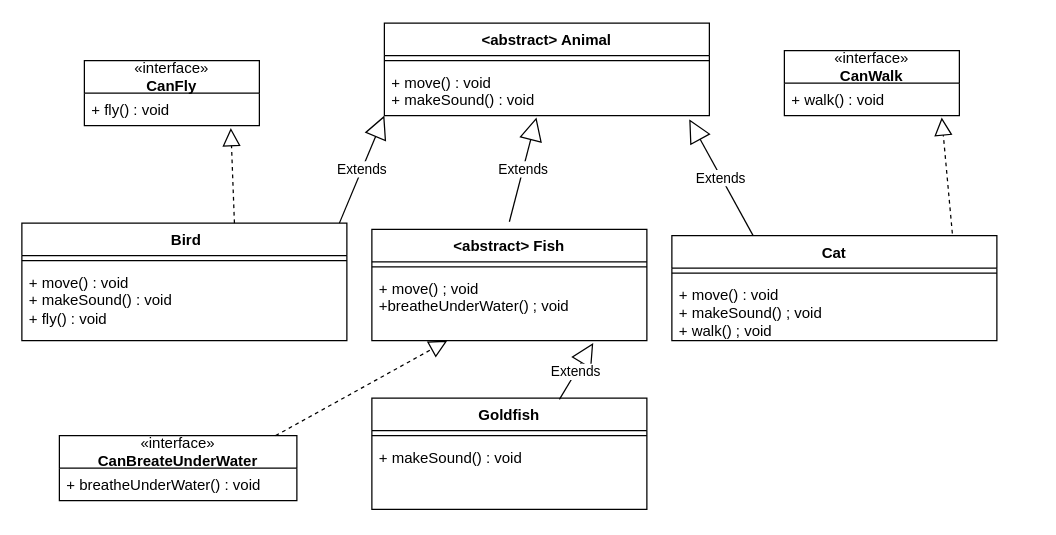
Above: oop7_animal.drawio in nasenloch63/oop7 (draw.io), before the change. Source tidied: cells renumbered, new cells numbered last; positions are measured from the earlier drawing's top-left corner, leaving out a move shared by most shapes. Both pictures are drawn from the tidied source at 125%, with x=0, y=0 at pixel (21, 22).
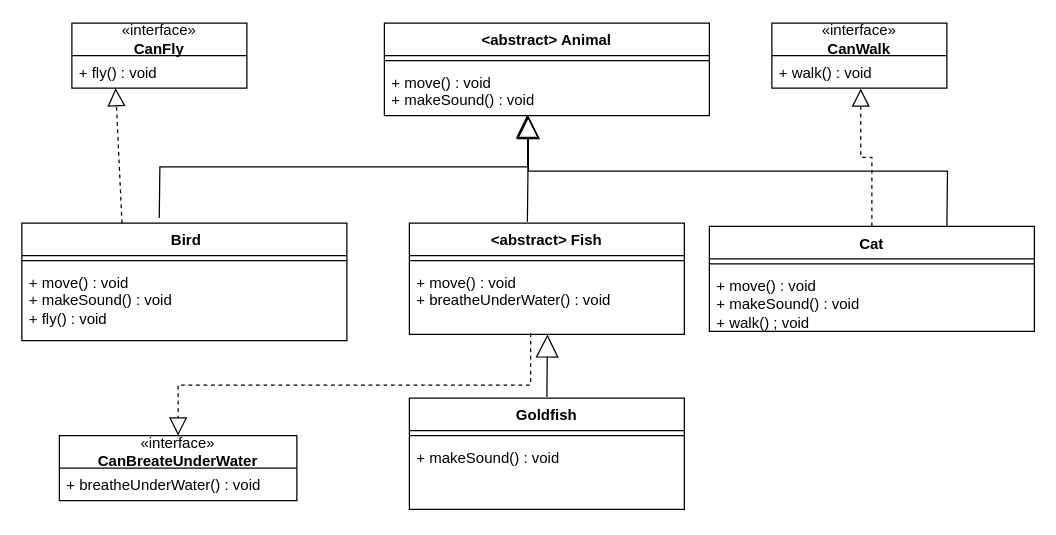
The same page after the edit.

Unchanged cells that the change refers to:
```xml
<mxCell id="2" value="&amp;lt;abstract&amp;gt; Animal&lt;div&gt;&lt;br&gt;&lt;/div&gt;" style="swimlane;fontStyle=1;align=center;verticalAlign=top;horizontal=1;startSize=26;whiteSpace=wrap;html=1;" parent="1" vertex="1">
  <mxGeometry x="290" width="260" height="74" as="geometry" />
</mxCell>
<mxCell id="4" value="+ move() : void&lt;div&gt;+ makeSound() : void&lt;/div&gt;" style="text;strokeColor=none;fillColor=none;align=left;verticalAlign=top;spacingLeft=4;spacingRight=4;overflow=hidden;points=[[0,0.5],[1,0.5]];portConstraint=eastwest;whiteSpace=wrap;html=1;" parent="2" vertex="1">
  <mxGeometry y="34" width="260" height="40" as="geometry" />
</mxCell>
<mxCell id="5" value="&lt;div&gt;&lt;span style=&quot;background-color: transparent; color: light-dark(rgb(0, 0, 0), rgb(255, 255, 255));&quot;&gt;&amp;nbsp;&lt;/span&gt;Bird&lt;/div&gt;" style="swimlane;fontStyle=1;align=center;verticalAlign=top;horizontal=1;startSize=26;whiteSpace=wrap;html=1;" parent="1" vertex="1">
  <mxGeometry y="160" width="260" height="94" as="geometry" />
</mxCell>
<mxCell id="21" value="+ fly() : void&amp;nbsp;" style="text;strokeColor=none;fillColor=none;align=left;verticalAlign=top;spacingLeft=4;spacingRight=4;overflow=hidden;points=[[0,0.5],[1,0.5]];portConstraint=eastwest;whiteSpace=wrap;html=1;" parent="20" vertex="1">
  <mxGeometry y="26" width="140" height="26" as="geometry" />
</mxCell>
<mxCell id="24" value="+ walk() : void&amp;nbsp;" style="text;strokeColor=none;fillColor=none;align=left;verticalAlign=top;spacingLeft=4;spacingRight=4;overflow=hidden;points=[[0,0.5],[1,0.5]];portConstraint=eastwest;whiteSpace=wrap;html=1;" parent="23" vertex="1">
  <mxGeometry y="26" width="140" height="26" as="geometry" />
</mxCell>
<mxCell id="27" value="«interface»&lt;br&gt;&lt;b&gt;CanBreateUnderWater&lt;/b&gt;" style="swimlane;fontStyle=0;horizontal=1;startSize=26;fillColor=none;whiteSpace=wrap;html=1;" parent="1" vertex="1">
  <mxGeometry x="30" y="330" width="190" height="52" as="geometry" />
</mxCell>
```

The edit, as a diff of the source:
```diff
@@
     <mxCell id="8" value="&lt;div&gt;&lt;span style=&quot;background-color: transparent; color: light-dark(rgb(0, 0, 0), rgb(255, 255, 255));&quot;&gt;&amp;lt;abstract&amp;gt;&lt;/span&gt;&lt;span style=&quot;background-color: transparent; color: light-dark(rgb(0, 0, 0), rgb(255, 255, 255));&quot;&gt; &lt;/span&gt;Fish&lt;/div&gt;" style="swimlane;fontStyle=1;align=center;verticalAlign=top;horizontal=1;startSize=26;whiteSpace=wrap;html=1;" parent="1" vertex="1">
-      <mxGeometry x="280" y="165" width="220" height="89" as="geometry" />
+      <mxGeometry x="310" y="160" width="220" height="89" as="geometry" />
     </mxCell>
@@
-    <mxCell id="10" value="+ move() ; void&lt;br&gt;+breatheUnderWater() ; void&amp;nbsp;" style="text;strokeColor=none;fillColor=none;align=left;verticalAlign=top;spacingLeft=4;spacingRight=4;overflow=hidden;points=[[0,0.5],[1,0.5]];portConstraint=eastwest;whiteSpace=wrap;html=1;" parent="8" vertex="1">
+    <mxCell id="10" value="+ move() : void&lt;br&gt;+ breatheUnderWater() : void&amp;nbsp;" style="text;strokeColor=none;fillColor=none;align=left;verticalAlign=top;spacingLeft=4;spacingRight=4;overflow=hidden;points=[[0,0.5],[1,0.5]];portConstraint=eastwest;whiteSpace=wrap;html=1;" parent="8" vertex="1">
       <mxGeometry y="34" width="220" height="55" as="geometry" />
     </mxCell>
     <mxCell id="11" value="&lt;div&gt;Cat&lt;/div&gt;&lt;div&gt;&lt;br&gt;&lt;/div&gt;" style="swimlane;fontStyle=1;align=center;verticalAlign=top;horizontal=1;startSize=26;whiteSpace=wrap;html=1;" parent="1" vertex="1">
-      <mxGeometry x="520" y="170" width="260" height="84" as="geometry" />
+      <mxGeometry x="550" y="162.5" width="260" height="84" as="geometry" />
     </mxCell>
@@
-    <mxCell id="13" value="+ move() : void&amp;nbsp;&lt;br&gt;+ makeSound() ; void&lt;br&gt;+ walk() ; void&amp;nbsp;" style="text;strokeColor=none;fillColor=none;align=left;verticalAlign=top;spacingLeft=4;spacingRight=4;overflow=hidden;whiteSpace=wrap;html=1;" parent="11" vertex="1">
+    <mxCell id="13" value="+ move() : void&amp;nbsp;&lt;br&gt;+ makeSound() : void&lt;br&gt;+ walk() ; void&amp;nbsp;" style="text;strokeColor=none;fillColor=none;align=left;verticalAlign=top;spacingLeft=4;spacingRight=4;overflow=hidden;whiteSpace=wrap;html=1;" parent="11" vertex="1">
       <mxGeometry y="34" width="260" height="50" as="geometry" />
     </mxCell>
-    <mxCell id="14" value="Extends" style="endArrow=block;endSize=16;endFill=0;html=1;rounded=0;entryX=0.468;entryY=1.038;entryDx=0;entryDy=0;entryPerimeter=0;" parent="1" edge="1" target="4">
+    <mxCell id="14" style="endArrow=block;endSize=16;endFill=0;html=1;rounded=0;entryX=0.44;entryY=0.979;entryDx=0;entryDy=0;entryPerimeter=0;edgeStyle=orthogonalEdgeStyle;" parent="1" edge="1" target="4">
       <mxGeometry relative="1" as="geometry">
-        <mxPoint x="390" y="158.9" as="sourcePoint" />
+        <mxPoint x="404.4" y="158.9" as="sourcePoint" />
       </mxGeometry>
     </mxCell>
-    <mxCell id="15" value="Extends" style="endArrow=block;endSize=16;endFill=0;html=1;rounded=0;entryX=0;entryY=1;entryDx=0;entryDy=0;exitX=0;exitY=0;exitDx=0;exitDy=0;" parent="1" edge="1" target="2">
-      <mxGeometry relative="1" as="geometry">
-        <mxPoint x="254" y="160" as="sourcePoint" />
-      </mxGeometry>
-    </mxCell>
-    <mxCell id="16" value="Extends" style="endArrow=block;endSize=16;endFill=0;html=1;rounded=0;entryX=0.938;entryY=1.075;entryDx=0;entryDy=0;entryPerimeter=0;exitX=0.25;exitY=0;exitDx=0;exitDy=0;" parent="1" edge="1" source="11" target="4">
-      <mxGeometry relative="1" as="geometry" />
-    </mxCell>
     <mxCell id="17" value="&lt;div&gt;Goldfish&lt;/div&gt;&lt;div&gt;&lt;br&gt;&lt;/div&gt;" style="swimlane;fontStyle=1;align=center;verticalAlign=top;horizontal=1;startSize=26;whiteSpace=wrap;html=1;" parent="1" vertex="1">
-      <mxGeometry x="280" y="300" width="220" height="89" as="geometry" />
+      <mxGeometry x="310" y="300" width="220" height="89" as="geometry" />
     </mxCell>
@@
     <mxCell id="20" value="«interface»&lt;br&gt;&lt;b&gt;CanFly&lt;/b&gt;" style="swimlane;fontStyle=0;horizontal=1;startSize=26;fillColor=none;whiteSpace=wrap;html=1;" parent="1" vertex="1">
-      <mxGeometry x="50" y="30" width="140" height="52" as="geometry" />
+      <mxGeometry x="40" width="140" height="52" as="geometry" />
     </mxCell>
@@
-    <mxCell id="22" style="endArrow=block;dashed=1;endFill=0;endSize=12;html=1;rounded=0;entryX=0.837;entryY=1.075;entryDx=0;entryDy=0;entryPerimeter=0;exitX=0.654;exitY=0;exitDx=0;exitDy=0;exitPerimeter=0;" parent="1" edge="1" source="5" target="21">
+    <mxCell id="22" style="endArrow=block;dashed=1;endFill=0;endSize=12;html=1;rounded=0;entryX=0.25;entryY=1;entryDx=0;entryDy=0;exitX=0.308;exitY=0;exitDx=0;exitDy=0;exitPerimeter=0;" parent="1" edge="1" source="5" target="20">
       <mxGeometry relative="1" as="geometry" />
     </mxCell>
     <mxCell id="23" value="«interface»&lt;br&gt;&lt;b&gt;CanWalk&lt;/b&gt;" style="swimlane;fontStyle=0;horizontal=1;startSize=26;fillColor=none;whiteSpace=wrap;html=1;" parent="1" vertex="1">
-      <mxGeometry x="610" y="22" width="140" height="52" as="geometry" />
+      <mxGeometry x="600" width="140" height="52" as="geometry" />
     </mxCell>
@@
-    <mxCell id="25" style="endArrow=block;dashed=1;endFill=0;endSize=12;html=1;rounded=0;entryX=0.899;entryY=1.058;entryDx=0;entryDy=0;entryPerimeter=0;exitX=0.863;exitY=-0.02;exitDx=0;exitDy=0;exitPerimeter=0;" parent="1" edge="1" source="11" target="24">
-      <mxGeometry relative="1" as="geometry" />
+    <mxCell id="25" style="endArrow=block;dashed=1;endFill=0;endSize=12;html=1;rounded=0;entryX=0.508;entryY=1.013;entryDx=0;entryDy=0;entryPerimeter=0;exitX=0.5;exitY=0;exitDx=0;exitDy=0;edgeStyle=orthogonalEdgeStyle;" parent="1" edge="1" source="11" target="24">
+      <mxGeometry x="-0.36" relative="1" as="geometry" />
     </mxCell>
-    <mxCell id="26" value="Extends" style="endArrow=block;endSize=16;endFill=0;html=1;rounded=0;entryX=0.805;entryY=1.036;entryDx=0;entryDy=0;entryPerimeter=0;exitX=0.682;exitY=0.011;exitDx=0;exitDy=0;exitPerimeter=0;" parent="1" edge="1" source="17" target="10">
-      <mxGeometry relative="1" as="geometry" />
+    <mxCell id="26" style="endArrow=block;endSize=16;endFill=0;html=1;rounded=0;entryX=0.502;entryY=1;entryDx=0;entryDy=0;entryPerimeter=0;exitX=0.682;exitY=0.011;exitDx=0;exitDy=0;exitPerimeter=0;" parent="1" edge="1" target="10">
+      <mxGeometry relative="1" as="geometry">
+        <mxPoint x="420" y="299" as="sourcePoint" />
+      </mxGeometry>
     </mxCell>
@@
-    <mxCell id="29" style="endArrow=block;dashed=1;endFill=0;endSize=12;html=1;rounded=0;exitX=0.654;exitY=0;exitDx=0;exitDy=0;exitPerimeter=0;" parent="1" edge="1" target="10">
-      <mxGeometry relative="1" as="geometry">
-        <mxPoint x="203" y="330" as="sourcePoint" />
-      </mxGeometry>
+    <mxCell id="29" style="endArrow=block;dashed=1;endFill=0;endSize=12;html=1;rounded=0;exitX=0.441;exitY=0.985;exitDx=0;exitDy=0;exitPerimeter=0;entryX=0.5;entryY=0;entryDx=0;entryDy=0;edgeStyle=orthogonalEdgeStyle;" parent="1" edge="1" source="10" target="27">
+      <mxGeometry relative="1" as="geometry" />
     </mxCell>
+    <mxCell id="30" style="endArrow=block;endSize=16;endFill=0;html=1;rounded=0;entryX=0.441;entryY=0.995;entryDx=0;entryDy=0;entryPerimeter=0;edgeStyle=orthogonalEdgeStyle;" parent="1" edge="1" target="4">
+      <mxGeometry relative="1" as="geometry">
+        <mxPoint x="109.9" y="155.9" as="sourcePoint" />
+      </mxGeometry>
+    </mxCell>
+    <mxCell id="31" style="endArrow=block;endSize=16;endFill=0;html=1;rounded=0;edgeStyle=orthogonalEdgeStyle;entryX=0.443;entryY=1.007;entryDx=0;entryDy=0;entryPerimeter=0;" parent="1" edge="1" target="4">
+      <mxGeometry x="0.04" relative="1" as="geometry">
+        <mxPoint x="740" y="162.5" as="sourcePoint" />
+      </mxGeometry>
+    </mxCell>
```
